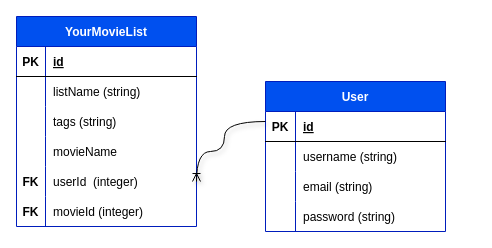
The draw.io diagram movies.drawio in GagahPradana/IP-HCK74, before the edit. Source tidied: cells renumbered, new cells numbered last; positions are measured from the earlier drawing's top-left corner, leaving out a move shared by most shapes. Both pictures are drawn from the tidied source at 100%, with x=0, y=0 at pixel (16, 16).
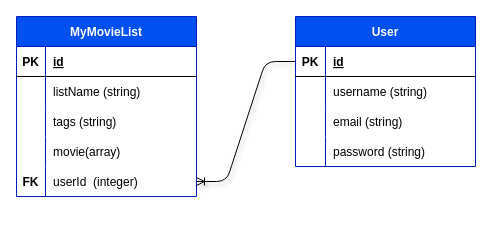
After the change.

Unchanged cells that the change refers to:
```xml
<mxCell id="3" style="shape=tableRow;horizontal=0;startSize=0;swimlaneHead=0;swimlaneBody=0;fillColor=none;points=[[0,0.5],[1,0.5]];portConstraint=eastwest;top=0;left=0;right=0;bottom=1;" parent="2" vertex="1">
  <mxGeometry y="30" width="180" height="30" as="geometry" />
</mxCell>
<mxCell id="25" style="shape=tableRow;horizontal=0;startSize=0;swimlaneHead=0;swimlaneBody=0;fillColor=none;top=0;left=0;right=0;bottom=0;" parent="15" vertex="1">
  <mxGeometry y="120" width="180" height="30" as="geometry" />
</mxCell>
<mxCell id="28" style="shape=tableRow;horizontal=0;startSize=0;swimlaneHead=0;swimlaneBody=0;fillColor=none;points=[[0,0.5],[1,0.5]];portConstraint=eastwest;top=0;left=0;right=0;bottom=0;" parent="15" vertex="1">
  <mxGeometry y="150" width="180" height="30" as="geometry" />
</mxCell>
```

Diff of the diagram source:
```diff
@@
     <mxCell id="2" value="User" style="shape=table;startSize=30;childLayout=tableLayout;rowLines=0;fontStyle=1;align=center;fillColor=#0050ef;strokeColor=#001DBC;fontColor=#ffffff;" parent="1" vertex="1">
-      <mxGeometry x="249" y="65" width="180" height="150" as="geometry" />
+      <mxGeometry x="279" width="180" height="150" as="geometry" />
     </mxCell>
@@
-    <mxCell id="15" value="YourMovieList" style="shape=table;startSize=30;childLayout=tableLayout;rowLines=0;fontStyle=1;align=center;fillColor=#0050ef;fontColor=#ffffff;strokeColor=#001DBC;" parent="1" vertex="1">
-      <mxGeometry width="180" height="210" as="geometry" />
+    <mxCell id="15" value="MyMovieList" style="shape=table;startSize=30;childLayout=tableLayout;rowLines=0;fontStyle=1;align=center;fillColor=#0050ef;fontColor=#ffffff;strokeColor=#001DBC;" parent="1" vertex="1">
+      <mxGeometry width="180" height="180" as="geometry" />
     </mxCell>
@@
-    <mxCell id="27" value="movieName" style="shape=partialRectangle;fillColor=none;top=0;left=0;bottom=0;right=0;align=left;spacingLeft=6;overflow=hidden;" parent="25" vertex="1">
+    <mxCell id="27" value="movie(array)" style="shape=partialRectangle;fillColor=none;top=0;left=0;bottom=0;right=0;align=left;spacingLeft=6;overflow=hidden;" parent="25" vertex="1">
       <mxGeometry x="29" width="151" height="30" as="geometry" />
     </mxCell>
@@
-    <mxCell id="31" style="shape=tableRow;horizontal=0;startSize=0;swimlaneHead=0;swimlaneBody=0;fillColor=none;top=0;left=0;right=0;bottom=0;" parent="15" vertex="1">
-      <mxGeometry y="180" width="180" height="30" as="geometry" />
-    </mxCell>
-    <mxCell id="32" value="FK" style="shape=partialRectangle;fillColor=none;top=0;left=0;bottom=0;right=0;overflow=hidden;fontStyle=1;" parent="31" vertex="1">
-      <mxGeometry width="29" height="30" as="geometry" />
-    </mxCell>
-    <mxCell id="33" value="movieId (integer)" style="shape=partialRectangle;fillColor=none;top=0;left=0;bottom=0;right=0;align=left;spacingLeft=6;overflow=hidden;" parent="31" vertex="1">
-      <mxGeometry x="29" width="151" height="30" as="geometry" />
-    </mxCell>
-    <mxCell id="34" style="edgeStyle=orthogonalEdgeStyle;fontSize=12;html=1;endArrow=ERoneToMany;curved=1;shadow=1;entryX=1;entryY=0.5;entryDx=0;entryDy=0;" parent="1" edge="1" source="3" target="28">
-      <mxGeometry relative="1" as="geometry">
-        <Array as="points">
-          <mxPoint x="208" y="105" />
-          <mxPoint x="208" y="135" />
-        </Array>
-      </mxGeometry>
+    <mxCell id="34" style="edgeStyle=entityRelationEdgeStyle;fontSize=12;html=1;endArrow=ERoneToMany;shadow=1;exitX=0;exitY=0.5;exitDx=0;exitDy=0;" parent="1" edge="1" source="3" target="28">
+      <mxGeometry relative="1" as="geometry" />
     </mxCell>
```
